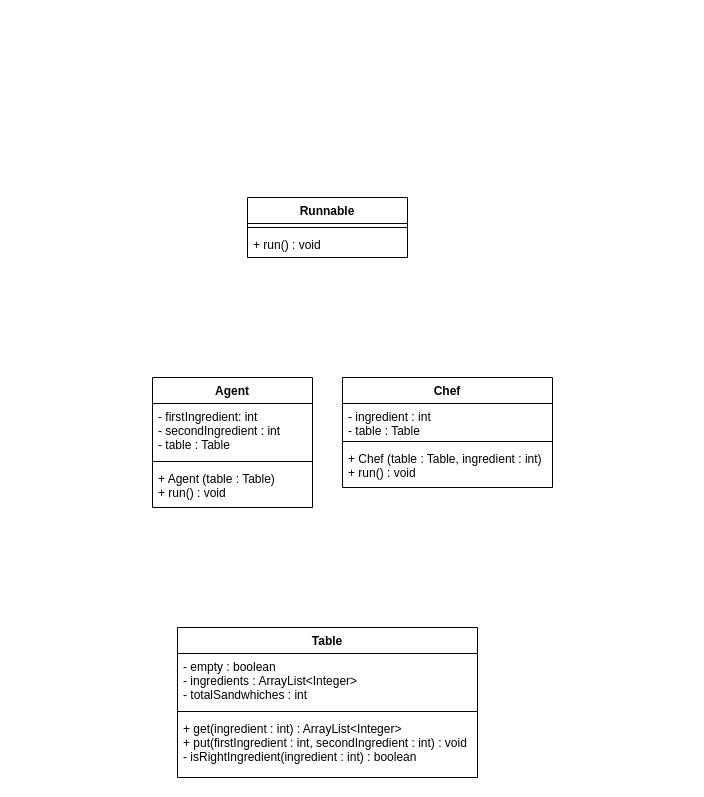
This is Assignment1/A1_UML_Class_Diagram.drawio from NathanMacDiarmid/SYSC3303A, a draw.io file, before an edit. Source tidied: cells renumbered, new cells numbered last; positions are measured from the earlier drawing's top-left corner, leaving out a move shared by most shapes. Both pictures are drawn from the tidied source at 100%, with x=0, y=0 at pixel (152, 197).
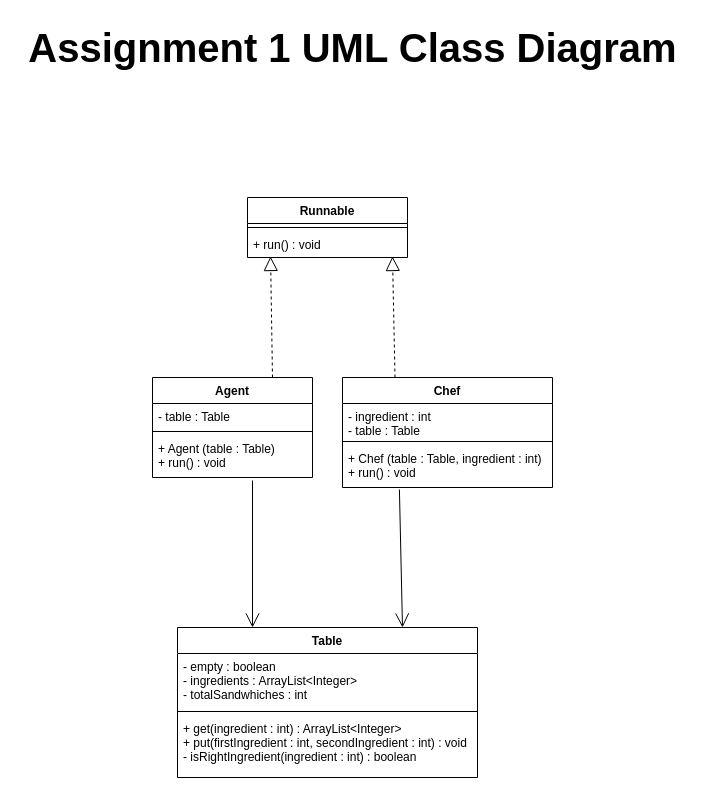
The same diagram, later.

Commit message (it also covers changes not shown here):
Added the UML Class and Sequence Diagrams

Unchanged cells that the change refers to:
```xml
<mxCell id="4" value="+ run() : void" style="text;strokeColor=none;fillColor=none;align=left;verticalAlign=top;spacingLeft=4;spacingRight=4;overflow=hidden;points=[[0,0.5],[1,0.5]];portConstraint=eastwest;" parent="2" vertex="1">
  <mxGeometry y="34" width="160" height="26" as="geometry" />
</mxCell>
<mxCell id="9" value="Table" style="swimlane;fontStyle=1;align=center;verticalAlign=top;horizontal=1;startSize=26;" parent="1" vertex="1">
  <mxGeometry x="25" y="430" width="300" height="150" as="geometry" />
</mxCell>
<mxCell id="13" value="Chef" style="swimlane;fontStyle=1;align=center;verticalAlign=top;horizontal=1;startSize=26;" parent="1" vertex="1">
  <mxGeometry x="190" y="180" width="210" height="110" as="geometry" />
</mxCell>
<mxCell id="16" value="+ Chef (table : Table, ingredient : int)&#10;+ run() : void" style="text;strokeColor=none;fillColor=none;align=left;verticalAlign=top;spacingLeft=4;spacingRight=4;overflow=hidden;points=[[0,0.5],[1,0.5]];portConstraint=eastwest;" parent="13" vertex="1">
  <mxGeometry y="68" width="210" height="42" as="geometry" />
</mxCell>
```

The edit, as a diff of the source:
```diff
@@
     <mxCell id="5" value="Agent" style="swimlane;fontStyle=1;align=center;verticalAlign=top;horizontal=1;startSize=26;" parent="1" vertex="1">
-      <mxGeometry y="180" width="160" height="130" as="geometry" />
+      <mxGeometry y="180" width="160" height="100" as="geometry" />
     </mxCell>
-    <mxCell id="6" value="- firstIngredient: int&#10;- secondIngredient : int&#10;- table : Table" style="text;strokeColor=none;fillColor=none;align=left;verticalAlign=top;spacingLeft=4;spacingRight=4;overflow=hidden;" parent="5" vertex="1">
-      <mxGeometry y="26" width="160" height="54" as="geometry" />
+    <mxCell id="6" value="- table : Table" style="text;strokeColor=none;fillColor=none;align=left;verticalAlign=top;spacingLeft=4;spacingRight=4;overflow=hidden;" parent="5" vertex="1">
+      <mxGeometry y="26" width="160" height="24" as="geometry" />
     </mxCell>
     <mxCell id="7" style="line;strokeWidth=1;fillColor=none;align=left;verticalAlign=middle;spacingTop=-1;spacingLeft=3;spacingRight=3;labelPosition=right;strokeColor=inherit;" parent="5" vertex="1">
-      <mxGeometry y="80" width="160" height="8" as="geometry" />
+      <mxGeometry y="50" width="160" height="8" as="geometry" />
     </mxCell>
     <mxCell id="8" value="+ Agent (table : Table)&#10;+ run() : void" style="text;strokeColor=none;fillColor=none;align=left;verticalAlign=top;spacingLeft=4;spacingRight=4;overflow=hidden;points=[[0,0.5],[1,0.5]];portConstraint=eastwest;" parent="5" vertex="1">
-      <mxGeometry y="88" width="160" height="42" as="geometry" />
+      <mxGeometry y="58" width="160" height="42" as="geometry" />
     </mxCell>
@@
+    <mxCell id="17" style="endArrow=block;dashed=1;endFill=0;endSize=12;html=1;rounded=0;exitX=0.75;exitY=0;exitDx=0;exitDy=0;entryX=0.144;entryY=0.962;entryDx=0;entryDy=0;entryPerimeter=0;" parent="1" edge="1" source="5" target="4">
+      <mxGeometry relative="1" as="geometry" />
+    </mxCell>
+    <mxCell id="18" style="endArrow=block;dashed=1;endFill=0;endSize=12;html=1;rounded=0;exitX=0.25;exitY=0;exitDx=0;exitDy=0;" parent="1" edge="1" source="13">
+      <mxGeometry relative="1" as="geometry">
+        <mxPoint x="240" y="59" as="targetPoint" />
+      </mxGeometry>
+    </mxCell>
+    <mxCell id="19" style="endArrow=open;endFill=1;endSize=12;html=1;rounded=0;exitX=0.625;exitY=1.071;exitDx=0;exitDy=0;exitPerimeter=0;entryX=0.25;entryY=0;entryDx=0;entryDy=0;" parent="1" edge="1" source="8" target="9">
+      <mxGeometry relative="1" as="geometry" />
+    </mxCell>
+    <mxCell id="20" style="endArrow=open;endFill=1;endSize=12;html=1;rounded=0;exitX=0.271;exitY=1.048;exitDx=0;exitDy=0;exitPerimeter=0;entryX=0.75;entryY=0;entryDx=0;entryDy=0;" parent="1" edge="1" source="16" target="9">
+      <mxGeometry relative="1" as="geometry" />
+    </mxCell>
+    <mxCell id="21" value="&lt;b&gt;&lt;font style=&quot;font-size: 40px;&quot;&gt;Assignment 1 UML Class Diagram&lt;/font&gt;&lt;/b&gt;" style="text;html=1;align=center;verticalAlign=middle;strokeColor=none;fillColor=none;" parent="1" vertex="1">
+      <mxGeometry x="-135" y="-180" width="670" height="60" as="geometry" />
+    </mxCell>
```
